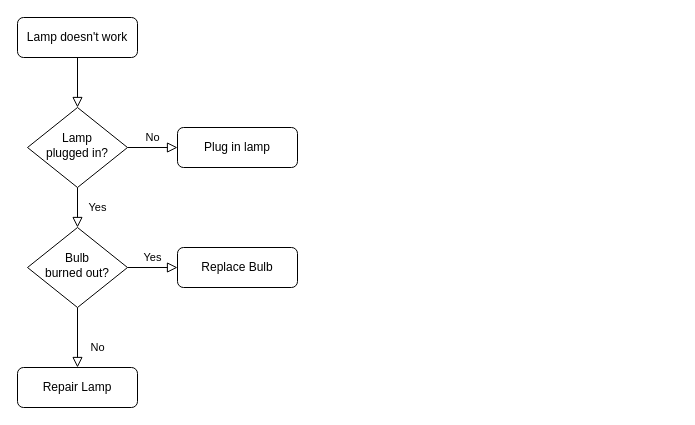
Before: Assgnmnt1.drawio in CHennig91/CHennig91, a draw.io diagram. Source tidied: cells renumbered, new cells numbered last; positions are measured from the earlier drawing's top-left corner, leaving out a move shared by most shapes. Both pictures are drawn from the tidied source at 100%, with x=0, y=0 at pixel (17, 17).
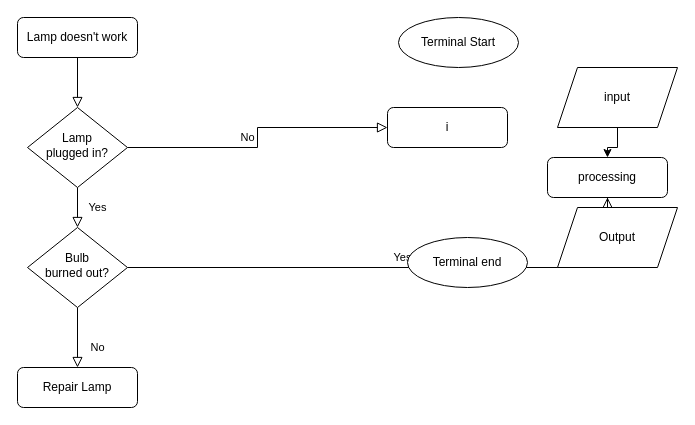
The same diagram, later.

What changed in the source:
```diff
@@
 <mxGraphModel>
   <root>
     <mxCell id="0" />
     <mxCell id="1" parent="0" />
     <mxCell id="2" style="rounded=0;html=1;jettySize=auto;fontSize=11;endArrow=block;endFill=0;endSize=8;strokeWidth=1;shadow=0;labelBackgroundColor=none;edgeStyle=orthogonalEdgeStyle;" parent="1" edge="1" source="3" target="6">
       <mxGeometry relative="1" as="geometry" />
     </mxCell>
     <mxCell id="3" value="Lamp doesn't work" style="rounded=1;whiteSpace=wrap;html=1;fontSize=12;glass=0;strokeWidth=1;shadow=0;" parent="1" vertex="1">
       <mxGeometry width="120" height="40" as="geometry" />
     </mxCell>
     <mxCell id="4" value="Yes" style="rounded=0;html=1;jettySize=auto;fontSize=11;endArrow=block;endFill=0;endSize=8;strokeWidth=1;shadow=0;labelBackgroundColor=none;edgeStyle=orthogonalEdgeStyle;" parent="1" edge="1" source="6" target="10">
       <mxGeometry y="20" relative="1" as="geometry" />
     </mxCell>
     <mxCell id="5" value="No" style="edgeStyle=orthogonalEdgeStyle;rounded=0;html=1;jettySize=auto;fontSize=11;endArrow=block;endFill=0;endSize=8;strokeWidth=1;shadow=0;labelBackgroundColor=none;" parent="1" edge="1" source="6" target="7">
       <mxGeometry y="10" relative="1" as="geometry" />
     </mxCell>
     <mxCell id="6" value="Lamp&lt;br&gt;plugged in?" style="rhombus;whiteSpace=wrap;html=1;shadow=0;fontFamily=Helvetica;fontSize=12;align=center;strokeWidth=1;spacing=6;spacingTop=-4;" parent="1" vertex="1">
       <mxGeometry x="10" y="90" width="100" height="80" as="geometry" />
     </mxCell>
-    <mxCell id="7" value="Plug in lamp" style="rounded=1;whiteSpace=wrap;html=1;fontSize=12;glass=0;strokeWidth=1;shadow=0;" parent="1" vertex="1">
-      <mxGeometry x="160" y="110" width="120" height="40" as="geometry" />
+    <mxCell id="7" value="i" style="rounded=1;whiteSpace=wrap;html=1;fontSize=12;glass=0;strokeWidth=1;shadow=0;" parent="1" vertex="1">
+      <mxGeometry x="370" y="90" width="120" height="40" as="geometry" />
     </mxCell>
     <mxCell id="8" value="No" style="rounded=0;html=1;jettySize=auto;fontSize=11;endArrow=block;endFill=0;endSize=8;strokeWidth=1;shadow=0;labelBackgroundColor=none;edgeStyle=orthogonalEdgeStyle;" parent="1" edge="1" source="10" target="11">
       <mxGeometry x="0.33" y="20" relative="1" as="geometry" />
     </mxCell>
     <mxCell id="9" value="Yes" style="edgeStyle=orthogonalEdgeStyle;rounded=0;html=1;jettySize=auto;fontSize=11;endArrow=block;endFill=0;endSize=8;strokeWidth=1;shadow=0;labelBackgroundColor=none;" parent="1" edge="1" source="10" target="12">
       <mxGeometry y="10" relative="1" as="geometry" />
     </mxCell>
     <mxCell id="10" value="Bulb&lt;br&gt;burned out?" style="rhombus;whiteSpace=wrap;html=1;shadow=0;fontFamily=Helvetica;fontSize=12;align=center;strokeWidth=1;spacing=6;spacingTop=-4;" parent="1" vertex="1">
       <mxGeometry x="10" y="210" width="100" height="80" as="geometry" />
     </mxCell>
     <mxCell id="11" value="Repair Lamp" style="rounded=1;whiteSpace=wrap;html=1;fontSize=12;glass=0;strokeWidth=1;shadow=0;" parent="1" vertex="1">
       <mxGeometry y="350" width="120" height="40" as="geometry" />
     </mxCell>
+    <mxCell id="13" value="Terminal Start" style="ellipse;whiteSpace=wrap;html=1;" parent="1" vertex="1">
+      <mxGeometry x="381" width="120" height="50" as="geometry" />
+    </mxCell>
+    <mxCell id="14" value="Terminal end" style="ellipse;whiteSpace=wrap;html=1;" parent="1" vertex="1">
+      <mxGeometry x="390" y="220" width="120" height="50" as="geometry" />
+    </mxCell>
+    <mxCell id="15" style="edgeStyle=orthogonalEdgeStyle;rounded=0;jettySize=auto;html=1;" parent="1" edge="1" source="12" target="17">
+      <mxGeometry relative="1" as="geometry" />
+    </mxCell>
+    <mxCell id="16" value="input" style="shape=parallelogram;perimeter=parallelogramPerimeter;whiteSpace=wrap;html=1;fixedSize=1;" parent="1" vertex="1">
+      <mxGeometry x="540" y="50" width="120" height="60" as="geometry" />
+    </mxCell>
+    <mxCell id="17" value="Output" style="shape=parallelogram;perimeter=parallelogramPerimeter;whiteSpace=wrap;html=1;fixedSize=1;" parent="1" vertex="1">
+      <mxGeometry x="540" y="190" width="120" height="60" as="geometry" />
+    </mxCell>
+    <mxCell id="18" style="edgeStyle=orthogonalEdgeStyle;rounded=0;jettySize=auto;html=1;" parent="1" edge="1" source="16" target="12">
+      <mxGeometry relative="1" as="geometry" />
+    </mxCell>
-    <mxCell id="12" value="Replace Bulb" style="rounded=1;whiteSpace=wrap;html=1;fontSize=12;glass=0;strokeWidth=1;shadow=0;" parent="1" vertex="1">
-      <mxGeometry x="160" y="230" width="120" height="40" as="geometry" />
+    <mxCell id="12" value="processing" style="rounded=1;whiteSpace=wrap;html=1;fontSize=12;glass=0;strokeWidth=1;shadow=0;" parent="1" vertex="1">
+      <mxGeometry x="530" y="140" width="120" height="40" as="geometry" />
     </mxCell>
   </root>
 </mxGraphModel>
```
